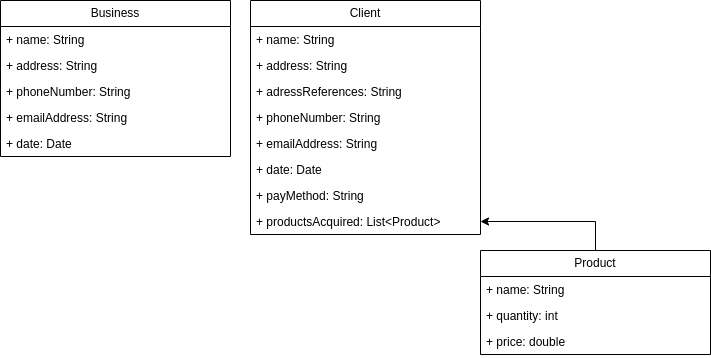
Before: ClassDiagram.drawio.png, a diagram exported from draw.io (ImLuisAlvarado/delidelivery). Source tidied: cells renumbered, new cells last; positions are measured from the earlier drawing's top-left corner, leaving out a move shared by most shapes.
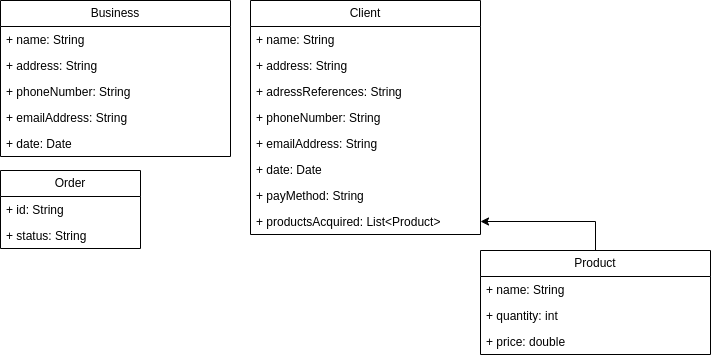
The same diagram one commit later.

Commit message:
Added a new class (Order)

What changed in the source:
```diff
@@ -62,5 +62,14 @@
     <mxCell id="21" style="edgeStyle=orthogonalEdgeStyle;rounded=0;jettySize=auto;html=1;" parent="1" edge="1" source="17" target="10">
       <mxGeometry relative="1" as="geometry" />
     </mxCell>
+    <mxCell id="22" value="Order" style="swimlane;fontStyle=0;horizontal=1;startSize=26;fillColor=none;whiteSpace=wrap;html=1;" parent="1" vertex="1">
+      <mxGeometry y="170" width="140" height="78" as="geometry" />
+    </mxCell>
+    <mxCell id="23" value="+ id: String" style="text;strokeColor=none;fillColor=none;align=left;verticalAlign=top;spacingLeft=4;spacingRight=4;overflow=hidden;whiteSpace=wrap;html=1;" parent="22" vertex="1">
+      <mxGeometry y="26" width="140" height="26" as="geometry" />
+    </mxCell>
+    <mxCell id="24" value="+ status: String" style="text;strokeColor=none;fillColor=none;align=left;verticalAlign=top;spacingLeft=4;spacingRight=4;overflow=hidden;whiteSpace=wrap;html=1;" parent="22" vertex="1">
+      <mxGeometry y="52" width="140" height="26" as="geometry" />
+    </mxCell>
   </root>
 </mxGraphModel>
```
